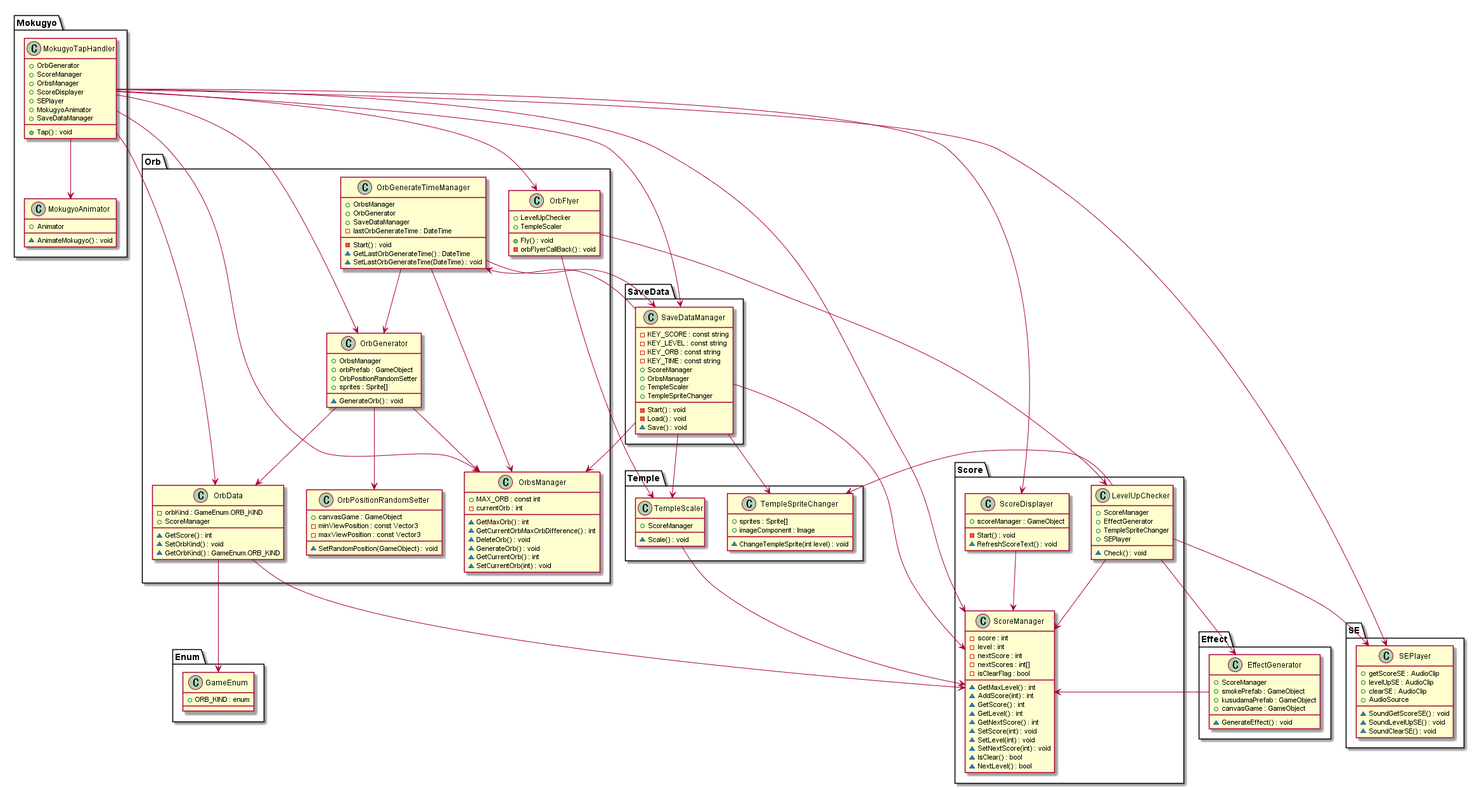
Earlier version of the PlantUML export out/TheTemple/Assets/UML/TheTemple/TheTemple.png (gladiolusbamboo/180921UnityTerakoyaAgain).
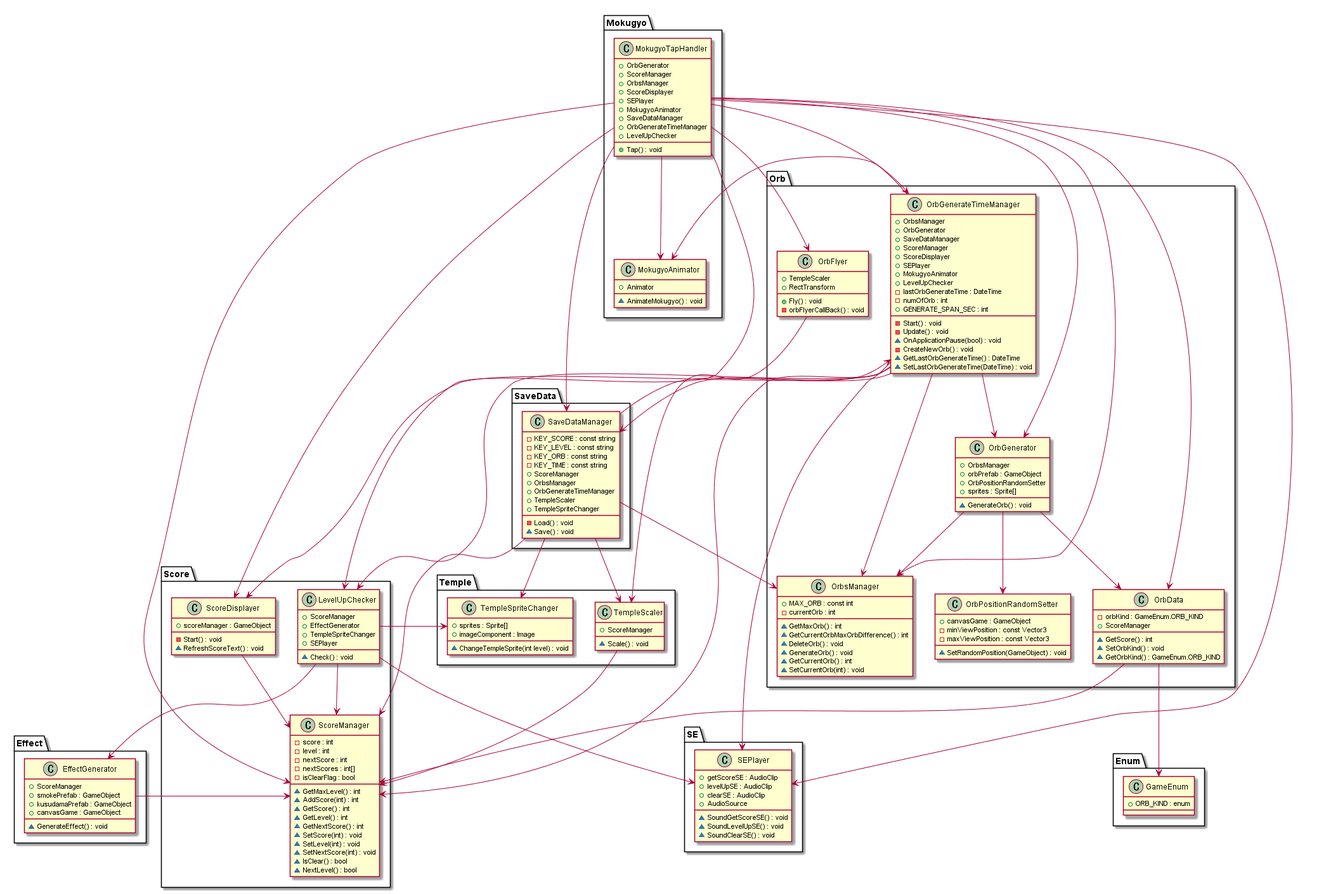
The same file after the commit.

The edit, as a diff of the source:
```diff
@@ -1,26 +1,40 @@
 @startuml TheTemple
 namespace Orb{
     class OrbFlyer{
-        + LevelUpChecker
         + TempleScaler
+        + RectTransform
         + Fly() : void
         - orbFlyerCallBack() : void
     }
-    OrbFlyer --> Score.LevelUpChecker
     OrbFlyer --> Temple.TempleScaler
 
     class OrbGenerateTimeManager{
         + OrbsManager
         + OrbGenerator
         + SaveDataManager
+        + ScoreManager
+        + ScoreDisplayer
+        + SEPlayer
+        + MokugyoAnimator
+        + LevelUpChecker
         - lastOrbGenerateTime : DateTime
+        - numOfOrb : int
+        + GENERATE_SPAN_SEC : int
         - Start() : void
+        - Update() : void
+        ~ OnApplicationPause(bool) : void
+        - CreateNewOrb() : void
         ~ GetLastOrbGenerateTime() : DateTime
         ~ SetLastOrbGenerateTime(DateTime) : void
     }
     OrbGenerateTimeManager --> OrbsManager
     OrbGenerateTimeManager --> OrbGenerator
     OrbGenerateTimeManager --> SaveData.SaveDataManager
+    OrbGenerateTimeManager --> Score.ScoreManager
+    OrbGenerateTimeManager --> Score.ScoreDisplayer
+    OrbGenerateTimeManager --> SE.SEPlayer
+    OrbGenerateTimeManager --> Mokugyo.MokugyoAnimator
+    OrbGenerateTimeManager --> Score.LevelUpChecker
 
     class OrbGenerator{
         + OrbsManager
@@ -159,6 +173,8 @@
         + SEPlayer
         + MokugyoAnimator
         + SaveDataManager
+        + OrbGenerateTimeManager
+        + LevelUpChecker
         + Tap() : void
     }
     MokugyoTapHandler --> Orb.OrbGenerator
@@ -168,6 +184,8 @@
     MokugyoTapHandler --> SE.SEPlayer
     MokugyoTapHandler --> MokugyoAnimator
     MokugyoTapHandler --> SaveData.SaveDataManager
+    MokugyoTapHandler --> Orb.OrbGenerateTimeManager
+    MokugyoTapHandler --> Score.LevelUpChecker
     MokugyoTapHandler --> Orb.OrbData
     MokugyoTapHandler --> Orb.OrbFlyer
 }
@@ -180,9 +198,9 @@
         - KEY_TIME : const string
         + ScoreManager
         + OrbsManager
+        + OrbGenerateTimeManager
         + TempleScaler
         + TempleSpriteChanger
-        - Start() : void
         - Load() : void
         ~ Save() : void
     }
```
